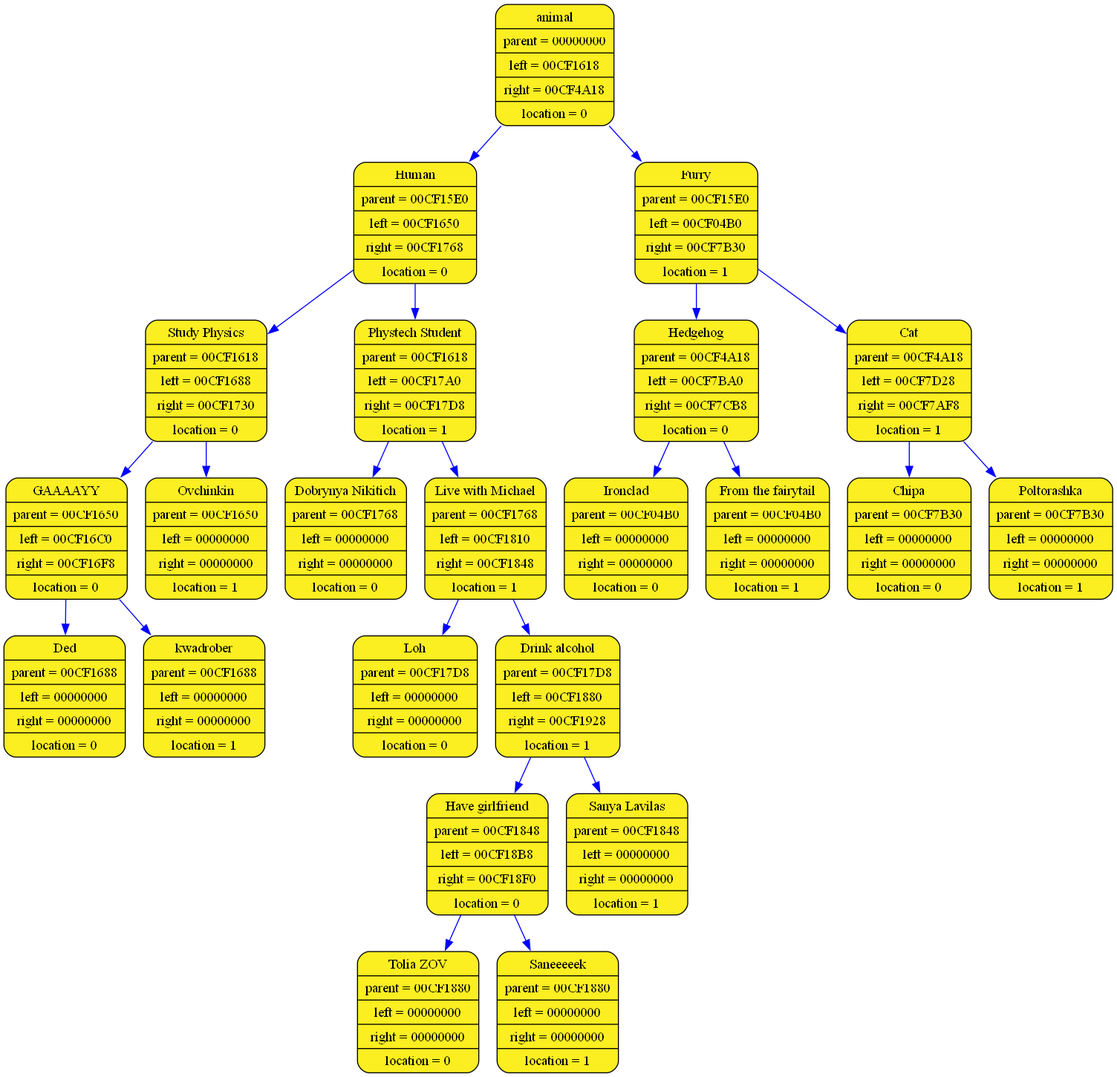
Earlier version of the Graphviz export log_folder_acinator/acinator_graph.png (aywert/ACINATOR). Its source is kept beside it as log_folder_acinator/acinator_graph.dot.
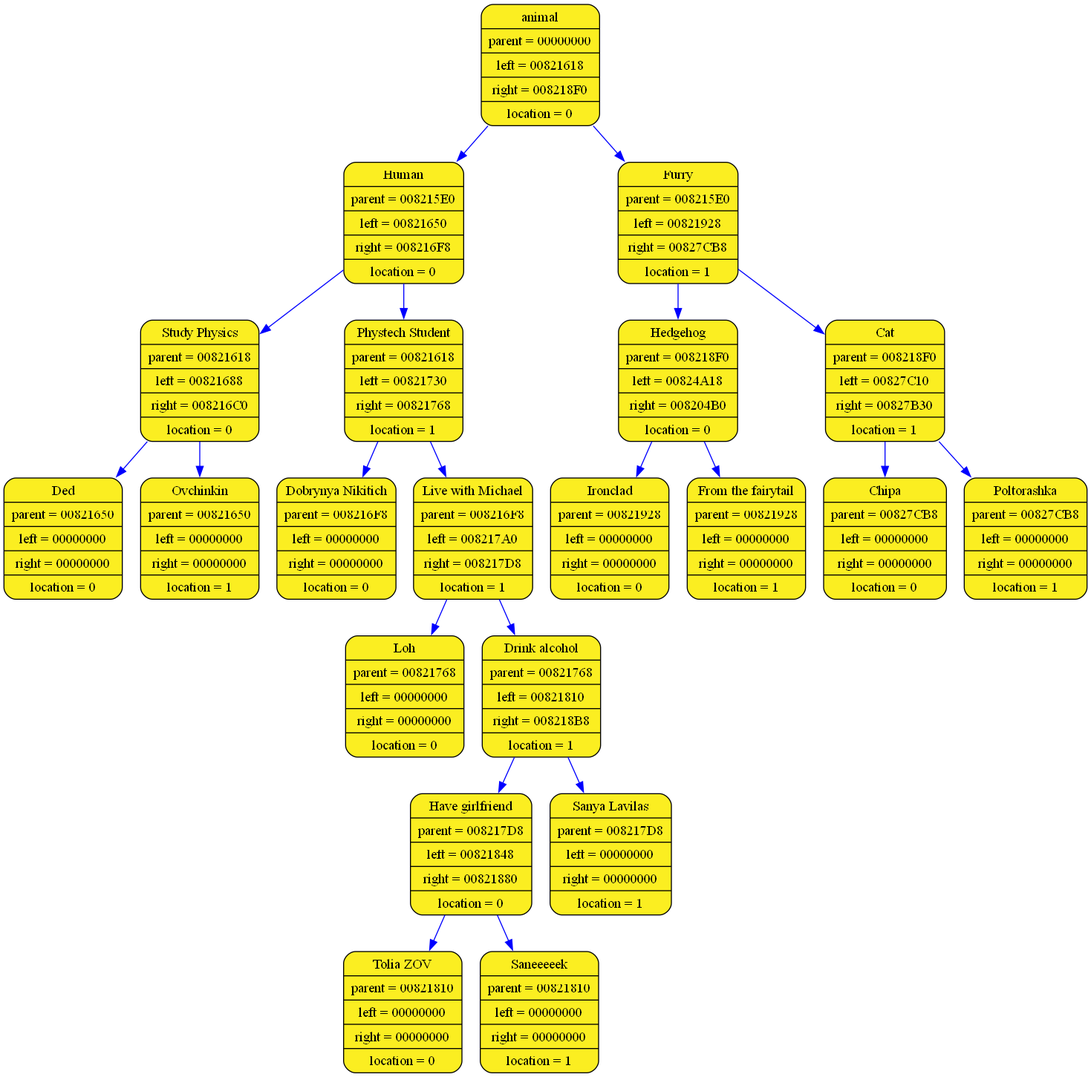
After the change.

Change to the diagram source:
```diff
@@ -1,49 +1,45 @@
 digraph list
 {
 rankdir=HR;
-	13571556 [shape = Mrecord; style = filled; fillcolor="#FBEE21"; color = "#000000"; fontcolor = "#000000"; label = "{ animal| parent = 00000000| left = 00CF1618| right = 00CF4A18| location = 0}"];
-	13571612 [shape = Mrecord; style = filled; fillcolor="#FBEE21"; color = "#000000"; fontcolor = "#000000"; label = "{ Human| parent = 00CF15E0| left = 00CF1650| right = 00CF1768| location = 0}"];
-	13571556 -> 13571612 [color="blue"]
-	13571668 [shape = Mrecord; style = filled; fillcolor="#FBEE21"; color = "#000000"; fontcolor = "#000000"; label = "{ Study Physics| parent = 00CF1618| left = 00CF1688| right = 00CF1730| location = 0}"];
-	13571612 -> 13571668 [color="blue"]
-	13571724 [shape = Mrecord; style = filled; fillcolor="#FBEE21"; color = "#000000"; fontcolor = "#000000"; label = "{ GAAAAYY| parent = 00CF1650| left = 00CF16C0| right = 00CF16F8| location = 0}"];
-	13571668 -> 13571724 [color="blue"]
-	13571780 [shape = Mrecord; style = filled; fillcolor="#FBEE21"; color = "#000000"; fontcolor = "#000000"; label = "{ Ded| parent = 00CF1688| left = 00000000| right = 00000000| location = 0}"];
-	13571724 -> 13571780 [color="blue"]
-	13571836 [shape = Mrecord; style = filled; fillcolor="#FBEE21"; color = "#000000"; fontcolor = "#000000"; label = "{ kwadrober| parent = 00CF1688| left = 00000000| right = 00000000| location = 1}"];
-	13571724 -> 13571836 [color="blue"]
-	13571892 [shape = Mrecord; style = filled; fillcolor="#FBEE21"; color = "#000000"; fontcolor = "#000000"; label = "{ Ovchinkin| parent = 00CF1650| left = 00000000| right = 00000000| location = 1}"];
-	13571668 -> 13571892 [color="blue"]
-	13571948 [shape = Mrecord; style = filled; fillcolor="#FBEE21"; color = "#000000"; fontcolor = "#000000"; label = "{ Phystech Student| parent = 00CF1618| left = 00CF17A0| right = 00CF17D8| location = 1}"];
-	13571612 -> 13571948 [color="blue"]
-	13572004 [shape = Mrecord; style = filled; fillcolor="#FBEE21"; color = "#000000"; fontcolor = "#000000"; label = "{ Dobrynya Nikitich| parent = 00CF1768| left = 00000000| right = 00000000| location = 0}"];
-	13571948 -> 13572004 [color="blue"]
-	13572060 [shape = Mrecord; style = filled; fillcolor="#FBEE21"; color = "#000000"; fontcolor = "#000000"; label = "{ Live with Michael| parent = 00CF1768| left = 00CF1810| right = 00CF1848| location = 1}"];
-	13571948 -> 13572060 [color="blue"]
-	13572116 [shape = Mrecord; style = filled; fillcolor="#FBEE21"; color = "#000000"; fontcolor = "#000000"; label = "{ Loh| parent = 00CF17D8| left = 00000000| right = 00000000| location = 0}"];
-	13572060 -> 13572116 [color="blue"]
-	13572172 [shape = Mrecord; style = filled; fillcolor="#FBEE21"; color = "#000000"; fontcolor = "#000000"; label = "{ Drink alcohol| parent = 00CF17D8| left = 00CF1880| right = 00CF1928| location = 1}"];
-	13572060 -> 13572172 [color="blue"]
-	13572228 [shape = Mrecord; style = filled; fillcolor="#FBEE21"; color = "#000000"; fontcolor = "#000000"; label = "{ Have girlfriend| parent = 00CF1848| left = 00CF18B8| right = 00CF18F0| location = 0}"];
-	13572172 -> 13572228 [color="blue"]
-	13572284 [shape = Mrecord; style = filled; fillcolor="#FBEE21"; color = "#000000"; fontcolor = "#000000"; label = "{ Tolia ZOV| parent = 00CF1880| left = 00000000| right = 00000000| location = 0}"];
-	13572228 -> 13572284 [color="blue"]
-	13572340 [shape = Mrecord; style = filled; fillcolor="#FBEE21"; color = "#000000"; fontcolor = "#000000"; label = "{ Saneeeeek| parent = 00CF1880| left = 00000000| right = 00000000| location = 1}"];
-	13572228 -> 13572340 [color="blue"]
-	13572396 [shape = Mrecord; style = filled; fillcolor="#FBEE21"; color = "#000000"; fontcolor = "#000000"; label = "{ Sanya Lavilas| parent = 00CF1848| left = 00000000| right = 00000000| location = 1}"];
-	13572172 -> 13572396 [color="blue"]
-	13584924 [shape = Mrecord; style = filled; fillcolor="#FBEE21"; color = "#000000"; fontcolor = "#000000"; label = "{ Furry| parent = 00CF15E0| left = 00CF04B0| right = 00CF7B30| location = 1}"];
-	13571556 -> 13584924 [color="blue"]
-	13567156 [shape = Mrecord; style = filled; fillcolor="#FBEE21"; color = "#000000"; fontcolor = "#000000"; label = "{ Hedgehog| parent = 00CF4A18| left = 00CF7BA0| right = 00CF7CB8| location = 0}"];
-	13584924 -> 13567156 [color="blue"]
-	13597604 [shape = Mrecord; style = filled; fillcolor="#FBEE21"; color = "#000000"; fontcolor = "#000000"; label = "{ Ironclad| parent = 00CF04B0| left = 00000000| right = 00000000| location = 0}"];
-	13567156 -> 13597604 [color="blue"]
-	13597884 [shape = Mrecord; style = filled; fillcolor="#FBEE21"; color = "#000000"; fontcolor = "#000000"; label = "{ From the fairytail| parent = 00CF04B0| left = 00000000| right = 00000000| location = 1}"];
-	13567156 -> 13597884 [color="blue"]
-	13597492 [shape = Mrecord; style = filled; fillcolor="#FBEE21"; color = "#000000"; fontcolor = "#000000"; label = "{ Cat| parent = 00CF4A18| left = 00CF7D28| right = 00CF7AF8| location = 1}"];
-	13584924 -> 13597492 [color="blue"]
-	13597996 [shape = Mrecord; style = filled; fillcolor="#FBEE21"; color = "#000000"; fontcolor = "#000000"; label = "{ Chipa| parent = 00CF7B30| left = 00000000| right = 00000000| location = 0}"];
-	13597492 -> 13597996 [color="blue"]
-	13597436 [shape = Mrecord; style = filled; fillcolor="#FBEE21"; color = "#000000"; fontcolor = "#000000"; label = "{ Poltorashka| parent = 00CF7B30| left = 00000000| right = 00000000| location = 1}"];
-	13597492 -> 13597436 [color="blue"]
+	8525284 [shape = Mrecord; style = filled; fillcolor="#FBEE21"; color = "#000000"; fontcolor = "#000000"; label = "{ animal| parent = 00000000| left = 00821618| right = 008218F0| location = 0}"];
+	8525340 [shape = Mrecord; style = filled; fillcolor="#FBEE21"; color = "#000000"; fontcolor = "#000000"; label = "{ Human| parent = 008215E0| left = 00821650| right = 008216F8| location = 0}"];
+	8525284 -> 8525340 [color="blue"]
+	8525396 [shape = Mrecord; style = filled; fillcolor="#FBEE21"; color = "#000000"; fontcolor = "#000000"; label = "{ Study Physics| parent = 00821618| left = 00821688| right = 008216C0| location = 0}"];
+	8525340 -> 8525396 [color="blue"]
+	8525452 [shape = Mrecord; style = filled; fillcolor="#FBEE21"; color = "#000000"; fontcolor = "#000000"; label = "{ Ded| parent = 00821650| left = 00000000| right = 00000000| location = 0}"];
+	8525396 -> 8525452 [color="blue"]
+	8525508 [shape = Mrecord; style = filled; fillcolor="#FBEE21"; color = "#000000"; fontcolor = "#000000"; label = "{ Ovchinkin| parent = 00821650| left = 00000000| right = 00000000| location = 1}"];
+	8525396 -> 8525508 [color="blue"]
+	8525564 [shape = Mrecord; style = filled; fillcolor="#FBEE21"; color = "#000000"; fontcolor = "#000000"; label = "{ Phystech Student| parent = 00821618| left = 00821730| right = 00821768| location = 1}"];
+	8525340 -> 8525564 [color="blue"]
+	8525620 [shape = Mrecord; style = filled; fillcolor="#FBEE21"; color = "#000000"; fontcolor = "#000000"; label = "{ Dobrynya Nikitich| parent = 008216F8| left = 00000000| right = 00000000| location = 0}"];
+	8525564 -> 8525620 [color="blue"]
+	8525676 [shape = Mrecord; style = filled; fillcolor="#FBEE21"; color = "#000000"; fontcolor = "#000000"; label = "{ Live with Michael| parent = 008216F8| left = 008217A0| right = 008217D8| location = 1}"];
+	8525564 -> 8525676 [color="blue"]
+	8525732 [shape = Mrecord; style = filled; fillcolor="#FBEE21"; color = "#000000"; fontcolor = "#000000"; label = "{ Loh| parent = 00821768| left = 00000000| right = 00000000| location = 0}"];
+	8525676 -> 8525732 [color="blue"]
+	8525788 [shape = Mrecord; style = filled; fillcolor="#FBEE21"; color = "#000000"; fontcolor = "#000000"; label = "{ Drink alcohol| parent = 00821768| left = 00821810| right = 008218B8| location = 1}"];
+	8525676 -> 8525788 [color="blue"]
+	8525844 [shape = Mrecord; style = filled; fillcolor="#FBEE21"; color = "#000000"; fontcolor = "#000000"; label = "{ Have girlfriend| parent = 008217D8| left = 00821848| right = 00821880| location = 0}"];
+	8525788 -> 8525844 [color="blue"]
+	8525900 [shape = Mrecord; style = filled; fillcolor="#FBEE21"; color = "#000000"; fontcolor = "#000000"; label = "{ Tolia ZOV| parent = 00821810| left = 00000000| right = 00000000| location = 0}"];
+	8525844 -> 8525900 [color="blue"]
+	8525956 [shape = Mrecord; style = filled; fillcolor="#FBEE21"; color = "#000000"; fontcolor = "#000000"; label = "{ Saneeeeek| parent = 00821810| left = 00000000| right = 00000000| location = 1}"];
+	8525844 -> 8525956 [color="blue"]
+	8526012 [shape = Mrecord; style = filled; fillcolor="#FBEE21"; color = "#000000"; fontcolor = "#000000"; label = "{ Sanya Lavilas| parent = 008217D8| left = 00000000| right = 00000000| location = 1}"];
+	8525788 -> 8526012 [color="blue"]
+	8526068 [shape = Mrecord; style = filled; fillcolor="#FBEE21"; color = "#000000"; fontcolor = "#000000"; label = "{ Furry| parent = 008215E0| left = 00821928| right = 00827CB8| location = 1}"];
+	8525284 -> 8526068 [color="blue"]
+	8526124 [shape = Mrecord; style = filled; fillcolor="#FBEE21"; color = "#000000"; fontcolor = "#000000"; label = "{ Hedgehog| parent = 008218F0| left = 00824A18| right = 008204B0| location = 0}"];
+	8526068 -> 8526124 [color="blue"]
+	8538652 [shape = Mrecord; style = filled; fillcolor="#FBEE21"; color = "#000000"; fontcolor = "#000000"; label = "{ Ironclad| parent = 00821928| left = 00000000| right = 00000000| location = 0}"];
+	8526124 -> 8538652 [color="blue"]
+	8520884 [shape = Mrecord; style = filled; fillcolor="#FBEE21"; color = "#000000"; fontcolor = "#000000"; label = "{ From the fairytail| parent = 00821928| left = 00000000| right = 00000000| location = 1}"];
+	8526124 -> 8520884 [color="blue"]
+	8551612 [shape = Mrecord; style = filled; fillcolor="#FBEE21"; color = "#000000"; fontcolor = "#000000"; label = "{ Cat| parent = 008218F0| left = 00827C10| right = 00827B30| location = 1}"];
+	8526068 -> 8551612 [color="blue"]
+	8551444 [shape = Mrecord; style = filled; fillcolor="#FBEE21"; color = "#000000"; fontcolor = "#000000"; label = "{ Chipa| parent = 00827CB8| left = 00000000| right = 00000000| location = 0}"];
+	8551612 -> 8551444 [color="blue"]
+	8551220 [shape = Mrecord; style = filled; fillcolor="#FBEE21"; color = "#000000"; fontcolor = "#000000"; label = "{ Poltorashka| parent = 00827CB8| left = 00000000| right = 00000000| location = 1}"];
+	8551612 -> 8551220 [color="blue"]
 	}
```
